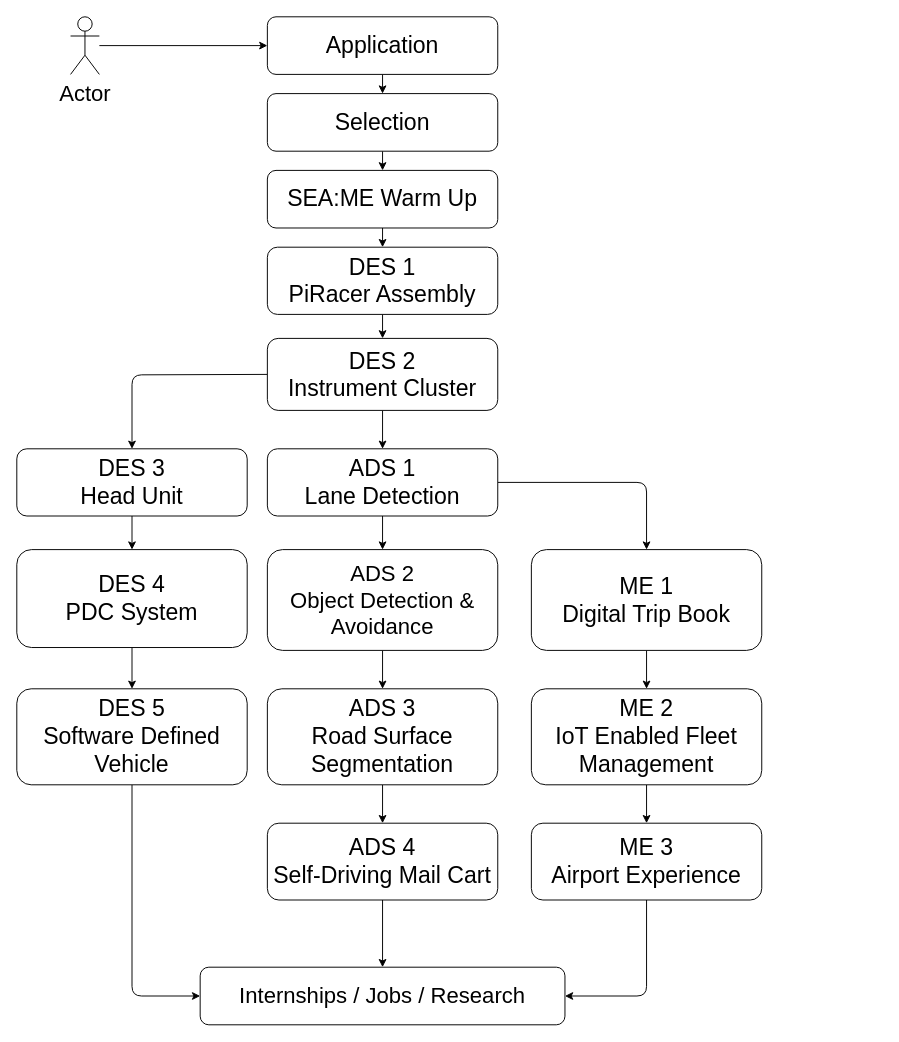
The draw.io diagram draw/roadmap.drawio in SEA-ME/SEA-ME-Study-Roadmap, before the edit. Source tidied: cells renumbered, new cells numbered last; positions are measured from the earlier drawing's top-left corner, leaving out a move shared by most shapes. Both pictures are drawn from the tidied source at 96%, with x=0, y=0 at pixel (16, 16).
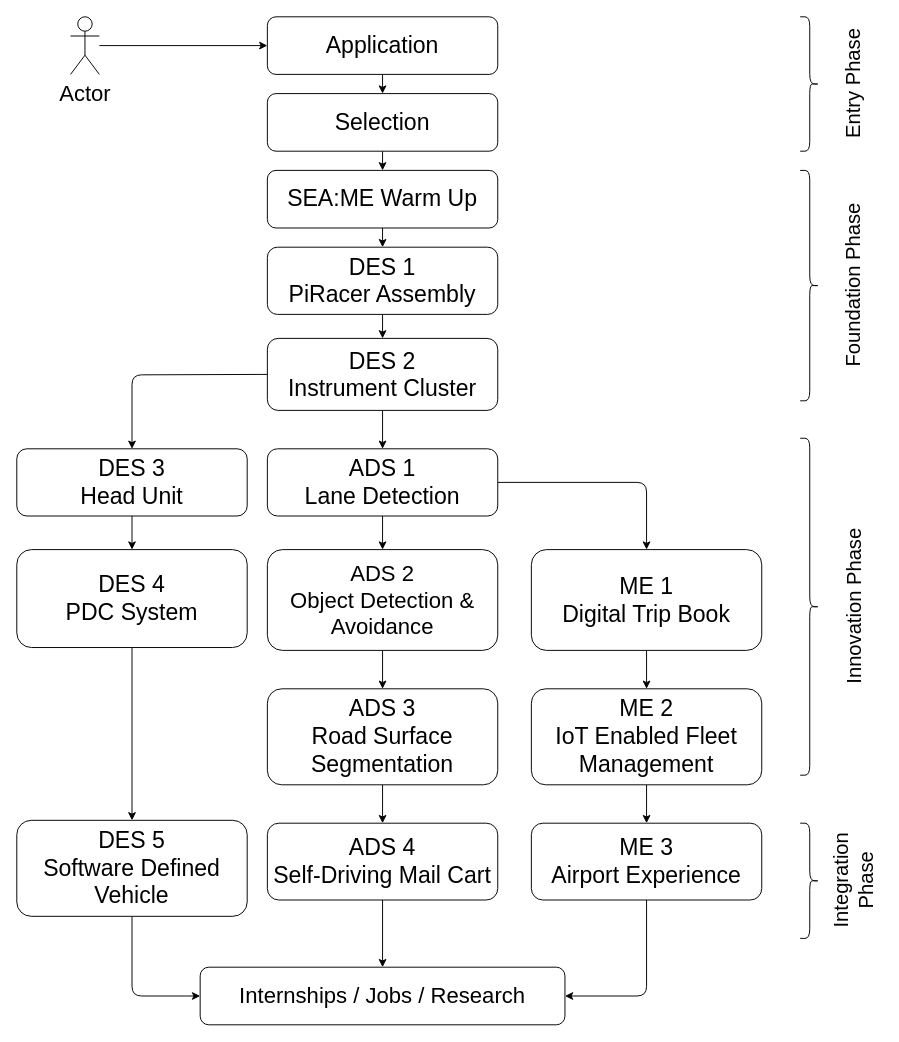
After the change.

The edit, as a diff of the source:
```diff
@@
     <mxCell id="18" value="&lt;span style=&quot;font-size: 24px;&quot;&gt;DES 5&lt;br&gt;Software Defined Vehicle&lt;br&gt;&lt;/span&gt;" style="rounded=1;whiteSpace=wrap;html=1;" parent="1" vertex="1">
-      <mxGeometry y="700" width="240" height="100" as="geometry" />
+      <mxGeometry y="837" width="240" height="100" as="geometry" />
     </mxCell>
@@
+    <mxCell id="37" value="&lt;font style=&quot;font-size: 21px;&quot;&gt;Foundation Phase&lt;/font&gt;" style="text;html=1;align=center;verticalAlign=middle;strokeColor=none;fillColor=none;rotation=-90;" parent="1" vertex="1">
+      <mxGeometry x="776" y="260" width="190" height="40" as="geometry" />
+    </mxCell>
+    <mxCell id="38" style="shape=curlyBracket;whiteSpace=wrap;html=1;rounded=1;flipH=1;labelPosition=right;verticalLabelPosition=middle;align=left;verticalAlign=middle;fontSize=21;" parent="1" vertex="1">
+      <mxGeometry x="816" y="160" width="20" height="240" as="geometry" />
+    </mxCell>
+    <mxCell id="39" style="shape=curlyBracket;whiteSpace=wrap;html=1;rounded=1;flipH=1;labelPosition=right;verticalLabelPosition=middle;align=left;verticalAlign=middle;fontSize=21;" parent="1" vertex="1">
+      <mxGeometry x="816" width="20" height="140" as="geometry" />
+    </mxCell>
+    <mxCell id="40" value="&lt;font style=&quot;font-size: 21px;&quot;&gt;Entry&amp;nbsp;Phase&lt;/font&gt;" style="text;html=1;align=center;verticalAlign=middle;strokeColor=none;fillColor=none;rotation=-90;" parent="1" vertex="1">
+      <mxGeometry x="801" y="50" width="140" height="40" as="geometry" />
+    </mxCell>
+    <mxCell id="41" value="&lt;font style=&quot;font-size: 21px;&quot;&gt;Innovation Phase&lt;/font&gt;" style="text;html=1;align=center;verticalAlign=middle;strokeColor=none;fillColor=none;rotation=-90;" parent="1" vertex="1">
+      <mxGeometry x="776" y="594.5" width="190" height="40" as="geometry" />
+    </mxCell>
+    <mxCell id="42" style="shape=curlyBracket;whiteSpace=wrap;html=1;rounded=1;flipH=1;labelPosition=right;verticalLabelPosition=middle;align=left;verticalAlign=middle;fontSize=21;" parent="1" vertex="1">
+      <mxGeometry x="816" y="439" width="20" height="351" as="geometry" />
+    </mxCell>
+    <mxCell id="43" style="shape=curlyBracket;whiteSpace=wrap;html=1;rounded=1;flipH=1;labelPosition=right;verticalLabelPosition=middle;align=left;verticalAlign=middle;fontSize=21;" parent="1" vertex="1">
+      <mxGeometry x="816" y="840" width="20" height="120" as="geometry" />
+    </mxCell>
+    <mxCell id="44" value="&lt;font style=&quot;font-size: 21px;&quot;&gt;Integration &lt;br&gt;Phase&lt;/font&gt;" style="text;html=1;align=center;verticalAlign=middle;strokeColor=none;fillColor=none;rotation=-90;" parent="1" vertex="1">
+      <mxGeometry x="811" y="870" width="120" height="60" as="geometry" />
+    </mxCell>
```
